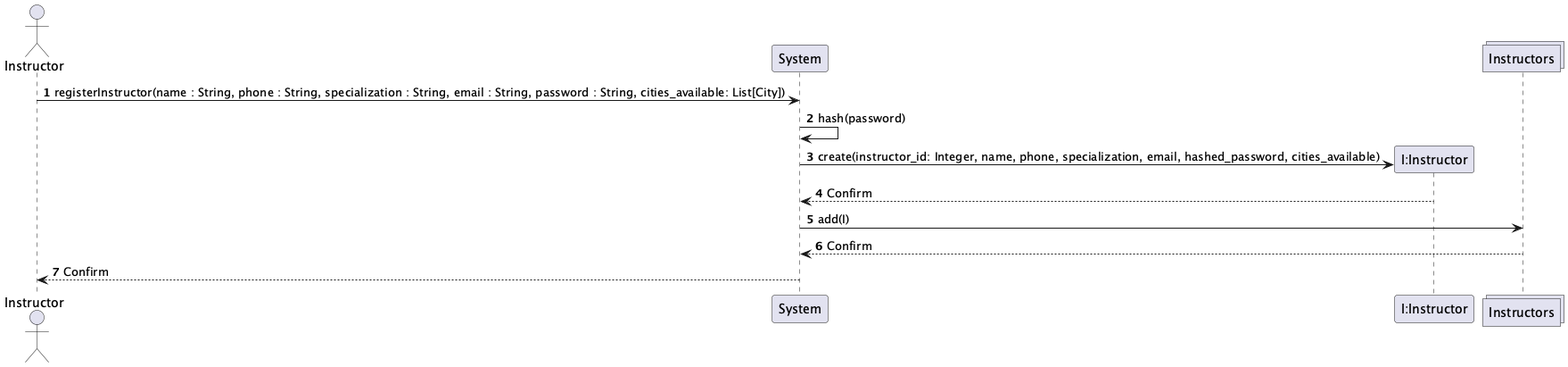
This is UML-Diagrams/Interaction/Instructor/Instructor-Interactions.png from vibqetowi/soen-342-project, a PlantUML export, as it was before one commit.
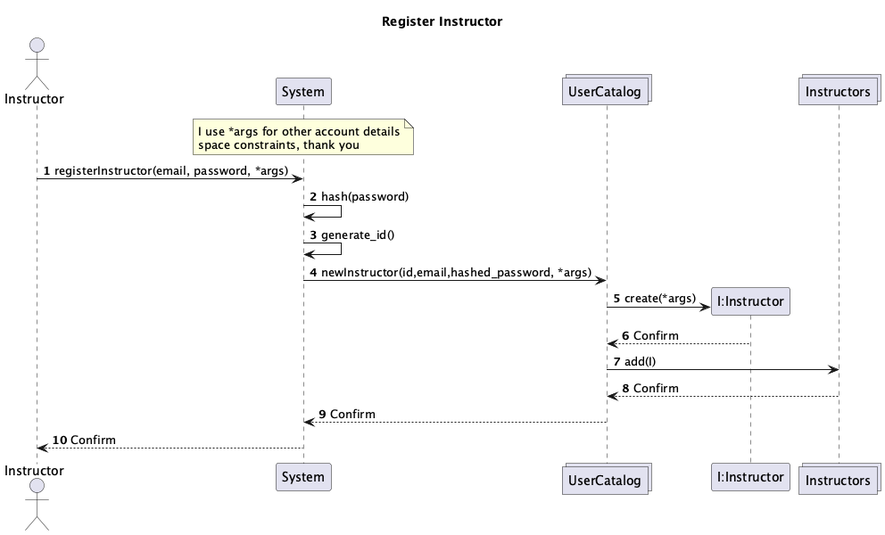
The same file after the commit.

What changed in the source:
```diff
@@ -1,19 +1,28 @@
 @startuml
 actor Instructor
 participant System
+collections UserCatalog
 participant "I:Instructor"
 collections Instructors
 
+title Register Instructor
+
+note over of System
+I use *args for other account details
+space constraints, thank you
+end note
+
 autonumber
 
-Instructor -> System : registerInstructor(name : String, phone : String, specialization : String, email : String, password : String, cities_available: List[City])
+Instructor -> System : registerInstructor(email, password, *args)
 System -> System : hash(password)
-
-System -> "I:Instructor" ** : create(instructor_id: Integer, name, phone, specialization, email, hashed_password, cities_available)
-"I:Instructor" --> System : Confirm
-System -> Instructors : add(I)
-Instructors --> System : Confirm
-
-System --> Instructor : Confirm
+System -> System: generate_id()
+System -> UserCatalog: newInstructor(id,email,hashed_password, *args)
+UserCatalog  -> "I:Instructor" **: create(*args)
+"I:Instructor" --> UserCatalog : Confirm
+UserCatalog -> Instructors : add(I)
+Instructors --> UserCatalog: Confirm
+UserCatalog --> System: Confirm
+System --> Instructor: Confirm
 
 @enduml
```
